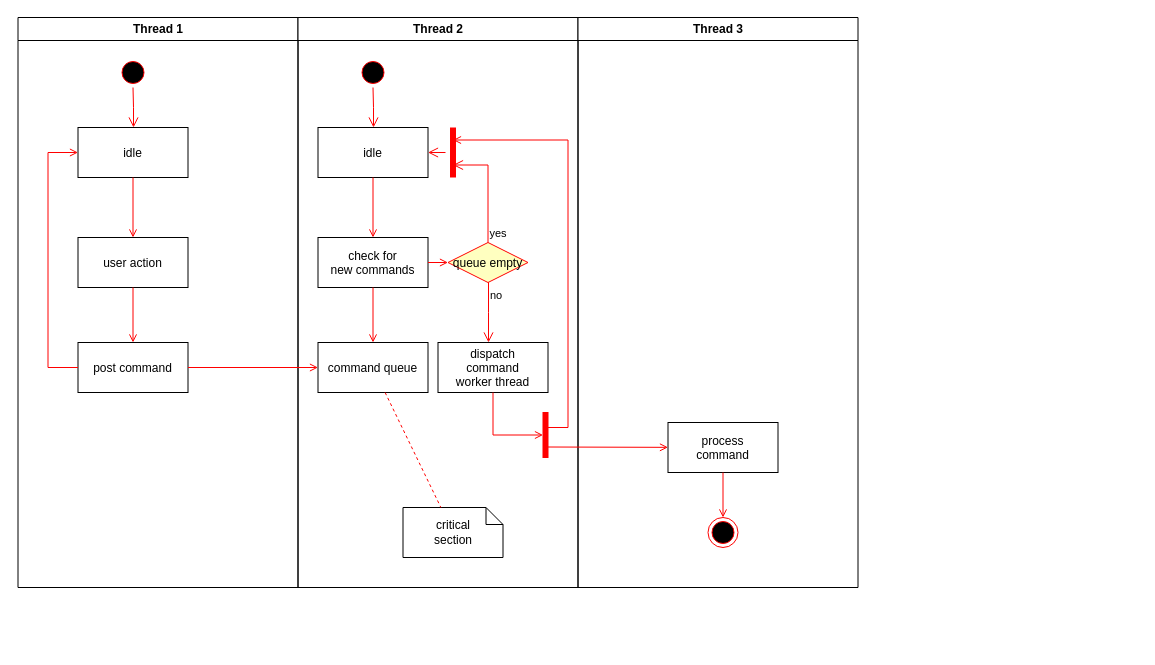
Before: 맞춤형복지점수.drawio in calmmind77/boxing, a draw.io diagram. Source tidied: cells renumbered, new cells numbered last; positions are measured from the earlier drawing's top-left corner, leaving out a move shared by most shapes. Both pictures are drawn from the tidied source at 100%, with x=0, y=0 at pixel (17, 17).
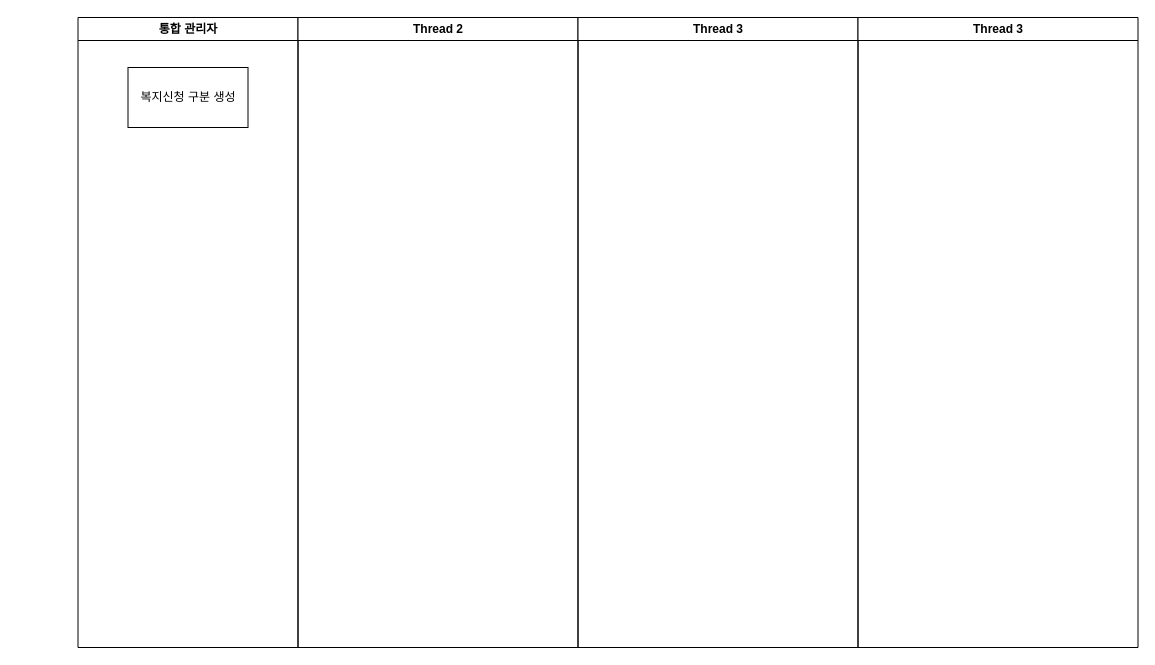
After the change.

Commit message (it also covers changes not shown here):
맞춤형복지점수.drawio 업데이트

What changed in the source:
```diff
@@
-    <mxCell id="2" value="Thread 1" style="swimlane;whiteSpace=wrap;" parent="1" vertex="1">
-      <mxGeometry x="0.5" width="280" height="570" as="geometry" />
+    <mxCell id="2" value="통합 관리자" style="swimlane;whiteSpace=wrap;" parent="1" vertex="1">
+      <mxGeometry x="60.5" width="220" height="630" as="geometry" />
     </mxCell>
-    <mxCell id="3" style="ellipse;shape=startState;fillColor=#000000;strokeColor=#ff0000;" parent="2" vertex="1">
-      <mxGeometry x="100" y="40" width="30" height="30" as="geometry" />
-    </mxCell>
-    <mxCell id="4" style="edgeStyle=elbowEdgeStyle;elbow=horizontal;verticalAlign=bottom;endArrow=open;endSize=8;strokeColor=#FF0000;endFill=1;rounded=0;" parent="2" edge="1" source="3" target="5">
-      <mxGeometry x="100" y="40" as="geometry" />
-    </mxCell>
-    <mxCell id="5" value="idle" parent="2" vertex="1">
-      <mxGeometry x="60" y="110" width="110" height="50" as="geometry" />
-    </mxCell>
-    <mxCell id="6" value="user action" parent="2" vertex="1">
-      <mxGeometry x="60" y="220" width="110" height="50" as="geometry" />
-    </mxCell>
-    <mxCell id="7" style="endArrow=open;strokeColor=#FF0000;endFill=1;rounded=0;" parent="2" edge="1" source="5" target="6">
-      <mxGeometry relative="1" as="geometry" />
-    </mxCell>
-    <mxCell id="8" value="post command" parent="2" vertex="1">
-      <mxGeometry x="60" y="325" width="110" height="50" as="geometry" />
-    </mxCell>
-    <mxCell id="9" style="endArrow=open;strokeColor=#FF0000;endFill=1;rounded=0;" parent="2" edge="1" source="6" target="8">
-      <mxGeometry relative="1" as="geometry" />
-    </mxCell>
-    <mxCell id="10" style="edgeStyle=elbowEdgeStyle;elbow=horizontal;strokeColor=#FF0000;endArrow=open;endFill=1;rounded=0;" parent="2" edge="1" source="8" target="5">
-      <mxGeometry relative="1" as="geometry">
-        <Array as="points">
-          <mxPoint x="30" y="250" />
-        </Array>
-      </mxGeometry>
-    </mxCell>
+    <mxCell id="37" value="복지신청 구분 생성" style="rounded=0;whiteSpace=wrap;html=1;" parent="2" vertex="1">
+      <mxGeometry x="50" y="50" width="120" height="60" as="geometry" />
+    </mxCell>
     <mxCell id="11" value="Thread 2" style="swimlane;whiteSpace=wrap;" parent="1" vertex="1">
-      <mxGeometry x="280.5" width="280" height="570" as="geometry" />
+      <mxGeometry x="280.5" width="280" height="630" as="geometry" />
     </mxCell>
-    <mxCell id="12" style="ellipse;shape=startState;fillColor=#000000;strokeColor=#ff0000;" parent="11" vertex="1">
-      <mxGeometry x="60" y="40" width="30" height="30" as="geometry" />
-    </mxCell>
-    <mxCell id="13" style="edgeStyle=elbowEdgeStyle;elbow=horizontal;verticalAlign=bottom;endArrow=open;endSize=8;strokeColor=#FF0000;endFill=1;rounded=0;" parent="11" edge="1" source="12" target="14">
-      <mxGeometry x="40" y="20" as="geometry" />
-    </mxCell>
-    <mxCell id="14" value="idle" parent="11" vertex="1">
-      <mxGeometry x="20" y="110" width="110" height="50" as="geometry" />
-    </mxCell>
-    <mxCell id="15" value="check for &#10;new commands" parent="11" vertex="1">
-      <mxGeometry x="20" y="220" width="110" height="50" as="geometry" />
-    </mxCell>
-    <mxCell id="16" style="endArrow=open;strokeColor=#FF0000;endFill=1;rounded=0;" parent="11" edge="1" source="14" target="15">
-      <mxGeometry relative="1" as="geometry" />
-    </mxCell>
-    <mxCell id="17" value="command queue" parent="11" vertex="1">
-      <mxGeometry x="20" y="325" width="110" height="50" as="geometry" />
-    </mxCell>
-    <mxCell id="18" style="endArrow=open;strokeColor=#FF0000;endFill=1;rounded=0;" parent="11" edge="1" source="15" target="17">
-      <mxGeometry relative="1" as="geometry" />
-    </mxCell>
-    <mxCell id="19" value="queue empty" style="rhombus;fillColor=#ffffc0;strokeColor=#ff0000;" parent="11" vertex="1">
-      <mxGeometry x="150" y="225" width="80" height="40" as="geometry" />
-    </mxCell>
-    <mxCell id="20" value="yes" style="edgeStyle=elbowEdgeStyle;elbow=horizontal;align=left;verticalAlign=bottom;endArrow=open;endSize=8;strokeColor=#FF0000;exitX=0.5;exitY=0;endFill=1;rounded=0;entryX=0.75;entryY=0.5;entryPerimeter=0;" parent="11" edge="1" source="19" target="23">
-      <mxGeometry x="-1" relative="1" as="geometry">
-        <Array as="points">
-          <mxPoint x="190" y="180" />
-        </Array>
-      </mxGeometry>
-    </mxCell>
-    <mxCell id="21" value="no" style="edgeStyle=elbowEdgeStyle;elbow=horizontal;align=left;verticalAlign=top;endArrow=open;endSize=8;strokeColor=#FF0000;endFill=1;rounded=0;" parent="11" edge="1" source="19" target="25">
-      <mxGeometry x="-1" relative="1" as="geometry" />
-    </mxCell>
-    <mxCell id="22" style="endArrow=open;strokeColor=#FF0000;endFill=1;rounded=0;" parent="11" edge="1" source="15" target="19">
-      <mxGeometry relative="1" as="geometry" />
-    </mxCell>
-    <mxCell id="23" style="shape=line;strokeWidth=6;strokeColor=#ff0000;rotation=90;" parent="11" vertex="1">
-      <mxGeometry x="130" y="127.5" width="50" height="15" as="geometry" />
-    </mxCell>
-    <mxCell id="24" style="edgeStyle=elbowEdgeStyle;elbow=horizontal;verticalAlign=bottom;endArrow=open;endSize=8;strokeColor=#FF0000;endFill=1;rounded=0;" parent="11" edge="1" source="23" target="14">
-      <mxGeometry x="130" y="90" as="geometry" />
-    </mxCell>
-    <mxCell id="25" value="dispatch&#10;command&#10;worker thread" parent="11" vertex="1">
-      <mxGeometry x="140" y="325" width="110" height="50" as="geometry" />
-    </mxCell>
-    <mxCell id="26" value="critical&#10;section" style="shape=note;whiteSpace=wrap;size=17;" parent="11" vertex="1">
-      <mxGeometry x="105" y="490" width="100" height="50" as="geometry" />
-    </mxCell>
-    <mxCell id="27" style="endArrow=none;strokeColor=#FF0000;endFill=0;rounded=0;dashed=1;" parent="11" edge="1" source="17" target="26">
-      <mxGeometry relative="1" as="geometry" />
-    </mxCell>
-    <mxCell id="28" style="whiteSpace=wrap;strokeColor=#FF0000;fillColor=#FF0000;" parent="11" vertex="1">
-      <mxGeometry x="245" y="395" width="5" height="45" as="geometry" />
-    </mxCell>
-    <mxCell id="29" style="edgeStyle=elbowEdgeStyle;elbow=horizontal;entryX=0;entryY=0.5;strokeColor=#FF0000;endArrow=open;endFill=1;rounded=0;" parent="11" edge="1" source="25" target="28">
-      <mxGeometry relative="1" as="geometry">
-        <Array as="points">
-          <mxPoint x="195" y="400" />
-        </Array>
-      </mxGeometry>
-    </mxCell>
     <mxCell id="30" value="Thread 3" style="swimlane;whiteSpace=wrap;" parent="1" vertex="1">
-      <mxGeometry x="560.5" width="280" height="570" as="geometry" />
+      <mxGeometry x="560.5" width="280" height="630" as="geometry" />
     </mxCell>
-    <mxCell id="31" value="process&#10;command" parent="30" vertex="1">
-      <mxGeometry x="90" y="405" width="110" height="50" as="geometry" />
-    </mxCell>
-    <mxCell id="32" style="edgeStyle=elbowEdgeStyle;elbow=horizontal;strokeColor=#FF0000;endArrow=open;endFill=1;rounded=0;entryX=0.25;entryY=0.5;entryPerimeter=0;" parent="30" edge="1" target="23">
-      <mxGeometry relative="1" as="geometry">
-        <mxPoint x="-30" y="410" as="sourcePoint" />
-        <Array as="points">
-          <mxPoint x="-10" y="135" />
-        </Array>
-      </mxGeometry>
-    </mxCell>
-    <mxCell id="33" style="edgeStyle=none;strokeColor=#FF0000;endArrow=open;endFill=1;rounded=0;" parent="30" edge="1" target="31">
-      <mxGeometry relative="1" as="geometry">
-        <mxPoint x="-30" y="429.5" as="sourcePoint" />
-      </mxGeometry>
-    </mxCell>
-    <mxCell id="34" style="ellipse;shape=endState;fillColor=#000000;strokeColor=#ff0000;" parent="30" vertex="1">
-      <mxGeometry x="130" y="500" width="30" height="30" as="geometry" />
-    </mxCell>
-    <mxCell id="35" style="endArrow=open;strokeColor=#FF0000;endFill=1;rounded=0;" parent="30" edge="1" source="31" target="34">
-      <mxGeometry relative="1" as="geometry" />
-    </mxCell>
-    <mxCell id="36" style="endArrow=open;strokeColor=#FF0000;endFill=1;rounded=0;" parent="1" edge="1" source="8" target="17">
-      <mxGeometry relative="1" as="geometry" />
-    </mxCell>
+    <mxCell id="38" value="Thread 3" style="swimlane;whiteSpace=wrap;" parent="1" vertex="1">
+      <mxGeometry x="840.5" width="280" height="630" as="geometry" />
+    </mxCell>
```
